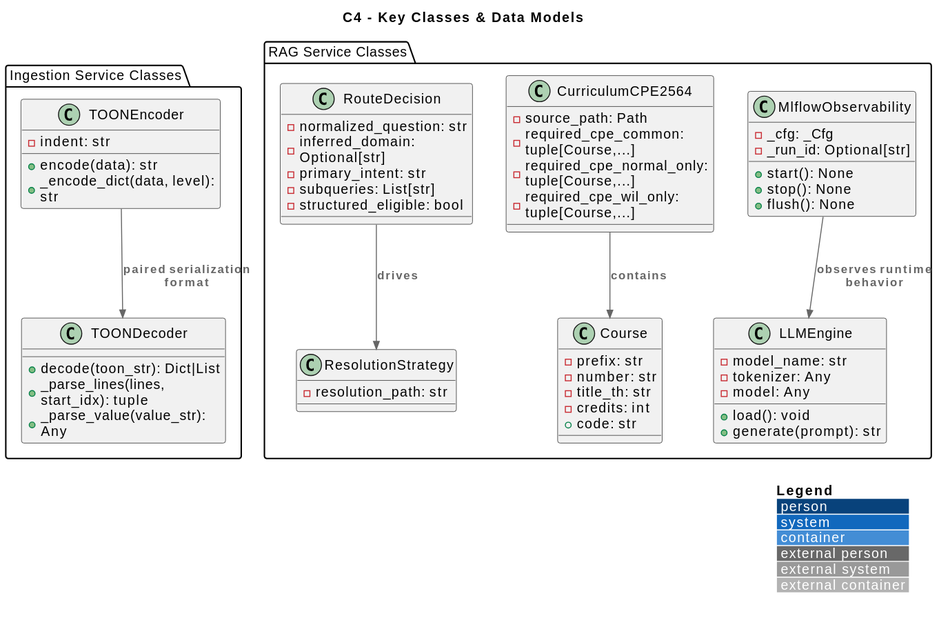
This is docs/rendered/Backend_C4_Code_Classes.svg from KKOIDF/CPE-CHAT-0.0.2, a PlantUML export, as it was before one commit. Its diagram source:
```plantuml
@startuml
!include https://raw.githubusercontent.com/plantuml-stdlib/C4-PlantUML/master/C4_Deployment.puml

LAYOUT_WITH_LEGEND()

title C4 - Key Classes & Data Models

package "Ingestion Service Classes" {
    class TOONEncoder {
        - indent: str
        + encode(data): str
        + _encode_dict(data, level): str
    }

    class TOONDecoder {
        + decode(toon_str): Dict|List
        + _parse_lines(lines, start_idx): tuple
        + _parse_value(value_str): Any
    }
}

package "RAG Service Classes" {
    class LLMEngine {
        - model_name: str
        - tokenizer: Any
        - model: Any
        + load(): void
        + generate(prompt): str
    }

    class RouteDecision {
        - normalized_question: str
        - inferred_domain: Optional[str]
        - primary_intent: str
        - subqueries: List[str]
        - structured_eligible: bool
    }

    class ResolutionStrategy {
        - resolution_path: str
    }

    class Course {
        - prefix: str
        - number: str
        - title_th: str
        - credits: int
        + code: str
    }

    class CurriculumCPE2564 {
        - source_path: Path
        - required_cpe_common: tuple[Course,...]
        - required_cpe_normal_only: tuple[Course,...]
        - required_cpe_wil_only: tuple[Course,...]
    }

    class MlflowObservability {
        - _cfg: _Cfg
        - _run_id: Optional[str]
        + start(): None
        + stop(): None
        + flush(): None
    }
}

Rel(TOONEncoder, TOONDecoder, "paired serialization format")

Rel(RouteDecision, ResolutionStrategy, "drives")
Rel(CurriculumCPE2564, Course, "contains")
Rel(MlflowObservability, LLMEngine, "observes runtime behavior")
@enduml
```
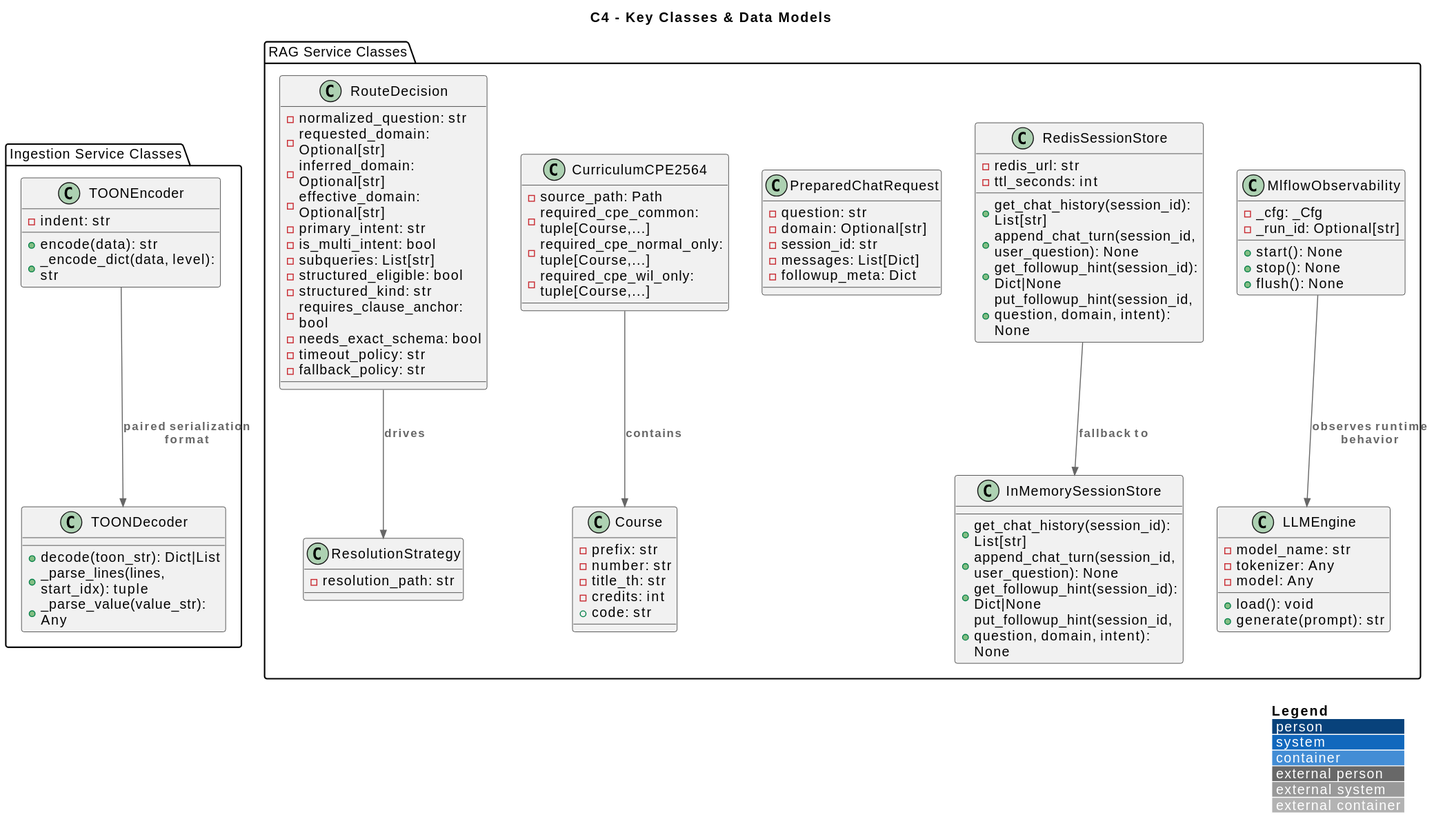
Later version of the same file.

Change to the diagram source:
```diff
@@ -1,5 +1,5 @@
 @startuml
-!include https://raw.githubusercontent.com/plantuml-stdlib/C4-PlantUML/master/C4_Deployment.puml
+!include <C4/C4_Deployment>
 
 LAYOUT_WITH_LEGEND()
 
@@ -30,10 +30,18 @@
 
     class RouteDecision {
         - normalized_question: str
+        - requested_domain: Optional[str]
         - inferred_domain: Optional[str]
+        - effective_domain: Optional[str]
         - primary_intent: str
+        - is_multi_intent: bool
         - subqueries: List[str]
         - structured_eligible: bool
+        - structured_kind: str
+        - requires_clause_anchor: bool
+        - needs_exact_schema: bool
+        - timeout_policy: str
+        - fallback_policy: str
     }
 
     class ResolutionStrategy {
@@ -55,6 +63,30 @@
         - required_cpe_wil_only: tuple[Course,...]
     }
 
+    class PreparedChatRequest {
+        - question: str
+        - domain: Optional[str]
+        - session_id: str
+        - messages: List[Dict]
+        - followup_meta: Dict
+    }
+
+    class InMemorySessionStore {
+        + get_chat_history(session_id): List[str]
+        + append_chat_turn(session_id, user_question): None
+        + get_followup_hint(session_id): Dict|None
+        + put_followup_hint(session_id, question, domain, intent): None
+    }
+
+    class RedisSessionStore {
+        - redis_url: str
+        - ttl_seconds: int
+        + get_chat_history(session_id): List[str]
+        + append_chat_turn(session_id, user_question): None
+        + get_followup_hint(session_id): Dict|None
+        + put_followup_hint(session_id, question, domain, intent): None
+    }
+
     class MlflowObservability {
         - _cfg: _Cfg
         - _run_id: Optional[str]
@@ -68,5 +100,6 @@
 
 Rel(RouteDecision, ResolutionStrategy, "drives")
 Rel(CurriculumCPE2564, Course, "contains")
+Rel(RedisSessionStore, InMemorySessionStore, "fallback to")
 Rel(MlflowObservability, LLMEngine, "observes runtime behavior")
 @enduml
```
